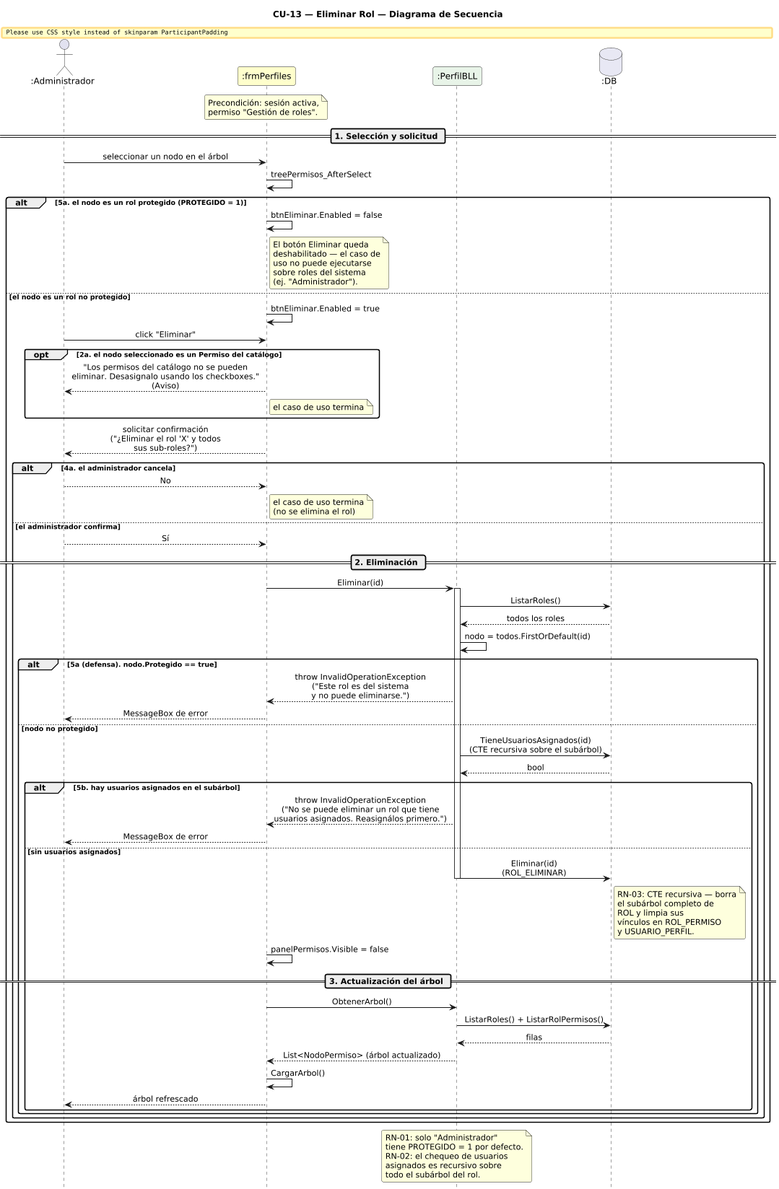
Above: DIAGRAMAS/DiagramaSecuencia_CU13_EliminarRol.png in Jesifu/club-de-vinos-td (PlantUML), before the change.
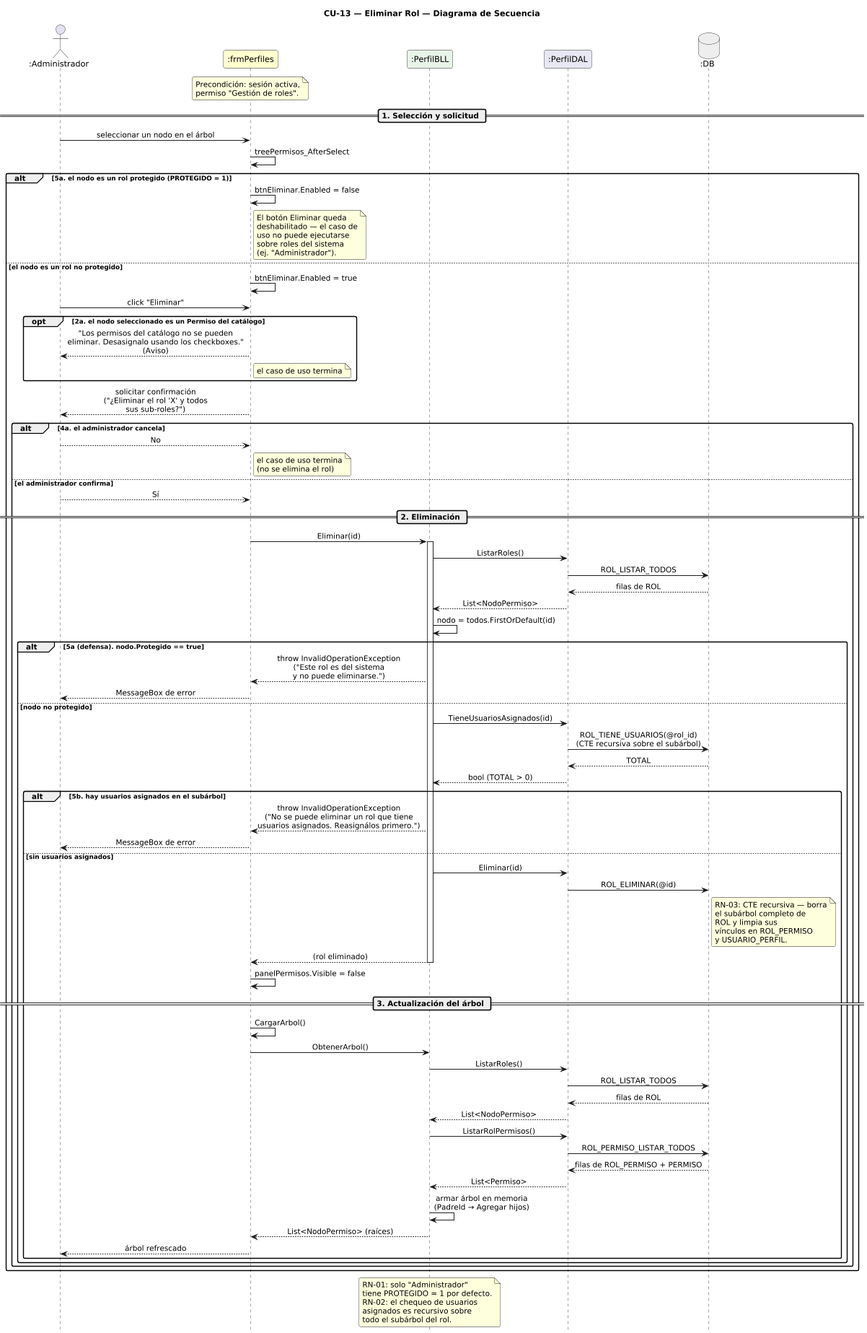
Later version of the same file.

Diff of the diagram source:
```diff
@@ -5,15 +5,15 @@
 skinparam shadowing false
 skinparam roundcorner 6
 skinparam sequenceArrowThickness 1.2
-skinparam ParticipantPadding 14
 skinparam sequenceMessageAlign center
 hide footbox
-scale 0.85
+scale 0.8
 
-actor       ":Administrador"  as A
-participant ":frmPerfiles"    as FP #FEFECE
-participant ":PerfilBLL"      as PB #E8F4E8
-database    ":DB"             as DB #E8E8F4
+actor       ":Administrador" as A
+participant ":frmPerfiles"   as FP #FEFECE
+participant ":PerfilBLL"     as PB #E8F4E8
+participant ":PerfilDAL"     as PD #E8E8F4
+database    ":DB"            as DB #EEEEEE
 
 note over FP
   Precondición: sesión activa,
@@ -59,8 +59,10 @@
     FP -> PB : Eliminar(id)
     activate PB
 
-    PB -> DB : ListarRoles()
-    DB --> PB : todos los roles
+    PB -> PD : ListarRoles()
+    PD -> DB : ROL_LISTAR_TODOS
+    DB --> PD : filas de ROL
+    PD --> PB : List<NodoPermiso>
     PB -> PB : nodo = todos.FirstOrDefault(id)
 
     alt 5a (defensa). nodo.Protegido == true
@@ -68,15 +70,18 @@
       FP --> A : MessageBox de error
 
     else nodo no protegido
-      PB -> DB : TieneUsuariosAsignados(id)\n(CTE recursiva sobre el subárbol)
-      DB --> PB : bool
+      PB -> PD : TieneUsuariosAsignados(id)
+      PD -> DB : ROL_TIENE_USUARIOS(@rol_id)\n(CTE recursiva sobre el subárbol)
+      DB --> PD : TOTAL
+      PD --> PB : bool (TOTAL > 0)
 
       alt 5b. hay usuarios asignados en el subárbol
         PB --> FP : throw InvalidOperationException\n("No se puede eliminar un rol que tiene\nusuarios asignados. Reasignálos primero.")
         FP --> A : MessageBox de error
 
       else sin usuarios asignados
-        PB -> DB : Eliminar(id)\n(ROL_ELIMINAR)
+        PB -> PD : Eliminar(id)
+        PD -> DB : ROL_ELIMINAR(@id)
         note right of DB
           RN-03: CTE recursiva — borra
           el subárbol completo de
@@ -84,17 +89,25 @@
           vínculos en ROL_PERMISO
           y USUARIO_PERFIL.
         end note
+        PB --> FP : (rol eliminado)
         deactivate PB
 
         FP -> FP : panelPermisos.Visible = false
 
         == 3. Actualización del árbol ==
 
+        FP -> FP : CargarArbol()
         FP -> PB : ObtenerArbol()
-        PB -> DB : ListarRoles() + ListarRolPermisos()
-        DB --> PB : filas
-        PB --> FP : List<NodoPermiso> (árbol actualizado)
-        FP -> FP : CargarArbol()
+        PB -> PD : ListarRoles()
+        PD -> DB : ROL_LISTAR_TODOS
+        DB --> PD : filas de ROL
+        PD --> PB : List<NodoPermiso>
+        PB -> PD : ListarRolPermisos()
+        PD -> DB : ROL_PERMISO_LISTAR_TODOS
+        DB --> PD : filas de ROL_PERMISO + PERMISO
+        PD --> PB : List<Permiso>
+        PB -> PB : armar árbol en memoria\n(PadreId → Agregar hijos)
+        PB --> FP : List<NodoPermiso> (raíces)
         FP --> A : árbol refrescado
       end
     end
```
